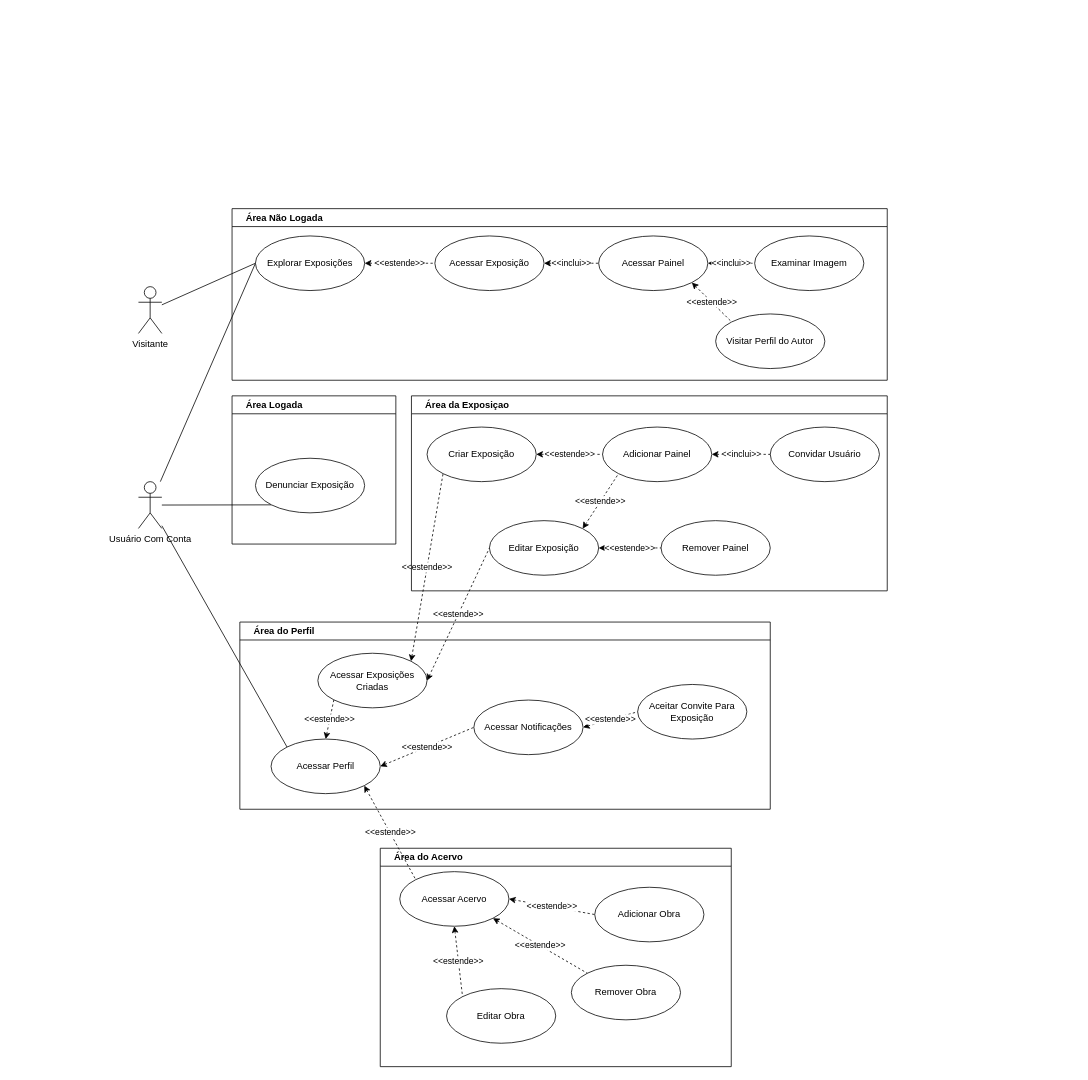
The draw.io diagram page "Casos de Uso" (5 of 5) of UnderExpo.drawio in GustavoDeOliveira/underexpo, before the edit. Source tidied: cells renumbered, new cells numbered last; positions are measured from the earlier drawing's top-left corner, leaving out a move shared by most shapes. Both pictures are drawn from the tidied source at 78%, with x=0, y=0 at pixel (138, 208).
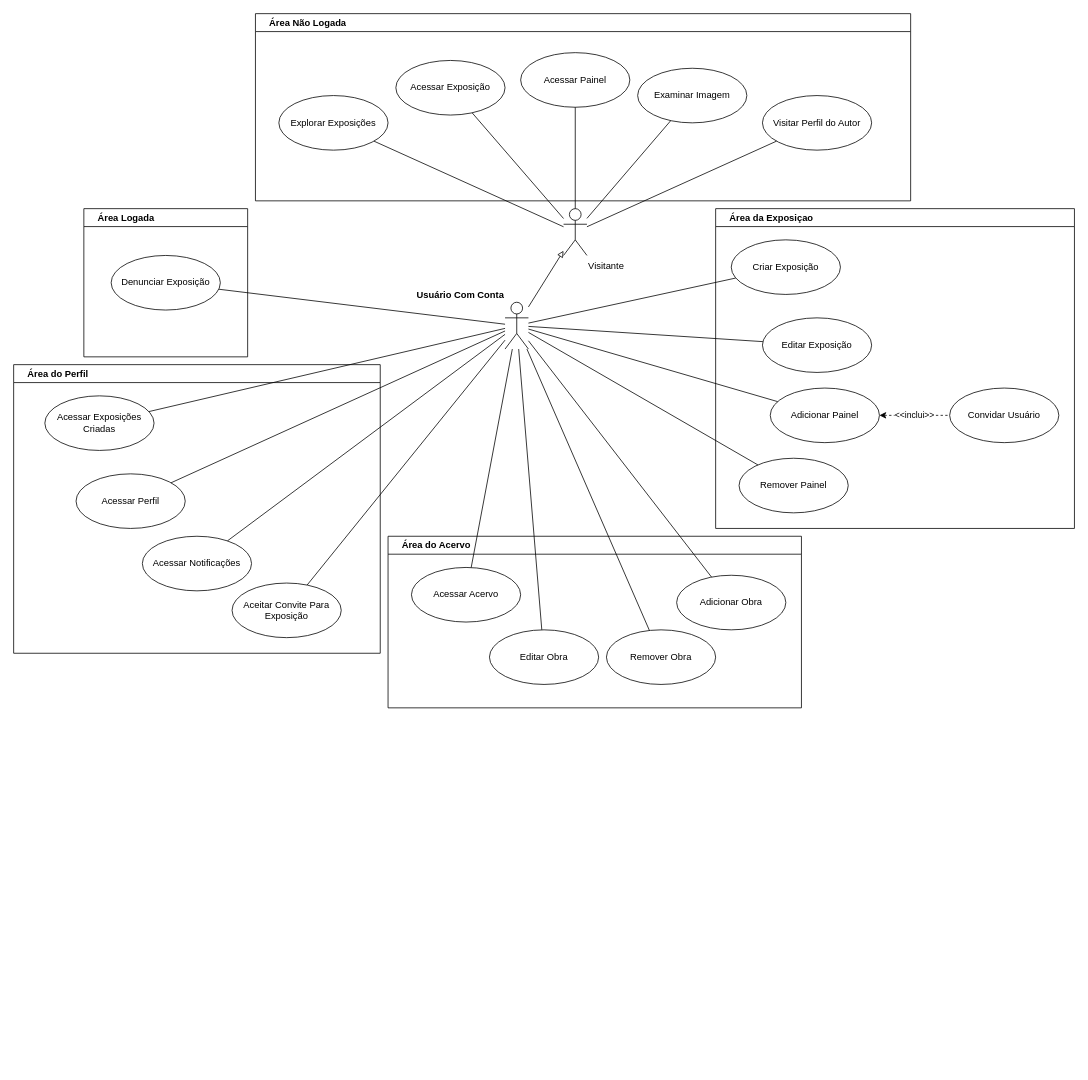
After the change.

The change refers to these unchanged cells:
```xml
<mxCell id="38" value="Criar Exposição" style="ellipse;whiteSpace=wrap;html=1;" parent="37" vertex="1">
  <mxGeometry x="20" y="40" width="140" height="70" as="geometry" />
</mxCell>
```

Change to the diagram source:
```diff
@@
     <mxCell id="2" value="Área do Acervo" style="swimlane;whiteSpace=wrap;html=1;align=left;spacingLeft=16;" parent="1" vertex="1">
-      <mxGeometry x="310" y="820" width="450" height="280" as="geometry" />
+      <mxGeometry x="320" y="420" width="530" height="220" as="geometry" />
     </mxCell>
     <mxCell id="3" value="Acessar Acervo" style="ellipse;whiteSpace=wrap;html=1;" parent="2" vertex="1">
-      <mxGeometry x="25" y="30" width="140" height="70" as="geometry" />
+      <mxGeometry x="30" y="40" width="140" height="70" as="geometry" />
     </mxCell>
     <mxCell id="4" value="Editar Obra" style="ellipse;whiteSpace=wrap;html=1;" parent="2" vertex="1">
-      <mxGeometry x="85" y="180" width="140" height="70" as="geometry" />
+      <mxGeometry x="130" y="120" width="140" height="70" as="geometry" />
     </mxCell>
     <mxCell id="5" value="Remover Obra" style="ellipse;whiteSpace=wrap;html=1;" parent="2" vertex="1">
-      <mxGeometry x="245" y="150" width="140" height="70" as="geometry" />
+      <mxGeometry x="280" y="120" width="140" height="70" as="geometry" />
     </mxCell>
     <mxCell id="6" value="Adicionar Obra" style="ellipse;whiteSpace=wrap;html=1;" parent="2" vertex="1">
-      <mxGeometry x="275" y="50" width="140" height="70" as="geometry" />
+      <mxGeometry x="370" y="50" width="140" height="70" as="geometry" />
     </mxCell>
-    <mxCell id="7" value="&amp;lt;&amp;lt;estende&amp;gt;&amp;gt;" style="rounded=0;jettySize=auto;html=1;entryX=0;entryY=0;entryDx=0;entryDy=0;dashed=1;strokeColor=default;startArrow=classic;startFill=1;endArrow=none;endFill=0;exitX=0.5;exitY=1;exitDx=0;exitDy=0;" parent="2" edge="1" source="3" target="4">
-      <mxGeometry relative="1" as="geometry" />
-    </mxCell>
-    <mxCell id="8" value="&amp;lt;&amp;lt;estende&amp;gt;&amp;gt;" style="rounded=0;jettySize=auto;html=1;entryX=0;entryY=0;entryDx=0;entryDy=0;dashed=1;strokeColor=default;startArrow=classic;startFill=1;endArrow=none;endFill=0;exitX=1;exitY=1;exitDx=0;exitDy=0;" parent="2" edge="1" source="3" target="5">
-      <mxGeometry relative="1" as="geometry" />
-    </mxCell>
-    <mxCell id="9" value="&amp;lt;&amp;lt;estende&amp;gt;&amp;gt;" style="rounded=0;jettySize=auto;html=1;entryX=0;entryY=0.5;entryDx=0;entryDy=0;dashed=1;strokeColor=default;startArrow=classic;startFill=1;endArrow=none;endFill=0;exitX=1;exitY=0.5;exitDx=0;exitDy=0;" parent="2" edge="1" source="3" target="6">
-      <mxGeometry relative="1" as="geometry" />
-    </mxCell>
     <mxCell id="10" value="Área do Perfil" style="swimlane;whiteSpace=wrap;html=1;align=left;spacingLeft=16;" parent="1" vertex="1">
-      <mxGeometry x="130" y="530" width="680" height="240" as="geometry" />
+      <mxGeometry x="-160" y="200" width="470" height="370" as="geometry" />
     </mxCell>
     <mxCell id="11" value="Acessar Exposições Criadas" style="ellipse;whiteSpace=wrap;html=1;" parent="10" vertex="1">
-      <mxGeometry x="100" y="40" width="140" height="70" as="geometry" />
+      <mxGeometry x="40" y="40" width="140" height="70" as="geometry" />
     </mxCell>
     <mxCell id="12" value="Acessar Perfil" style="ellipse;whiteSpace=wrap;html=1;" parent="10" vertex="1">
-      <mxGeometry x="40" y="150" width="140" height="70" as="geometry" />
+      <mxGeometry x="80" y="140" width="140" height="70" as="geometry" />
     </mxCell>
     <mxCell id="13" value="Acessar Notificações" style="ellipse;whiteSpace=wrap;html=1;" parent="10" vertex="1">
-      <mxGeometry x="300" y="100" width="140" height="70" as="geometry" />
+      <mxGeometry x="165" y="220" width="140" height="70" as="geometry" />
     </mxCell>
     <mxCell id="14" value="Aceitar Convite Para Exposição" style="ellipse;whiteSpace=wrap;html=1;" parent="10" vertex="1">
-      <mxGeometry x="510" y="80" width="140" height="70" as="geometry" />
+      <mxGeometry x="280" y="280" width="140" height="70" as="geometry" />
     </mxCell>
-    <mxCell id="15" value="&amp;lt;&amp;lt;estende&amp;gt;&amp;gt;" style="rounded=0;jettySize=auto;html=1;dashed=1;exitX=0.5;exitY=0;exitDx=0;exitDy=0;strokeColor=default;startArrow=classic;startFill=1;endArrow=none;endFill=0;entryX=0;entryY=1;entryDx=0;entryDy=0;" parent="10" edge="1" source="12" target="11">
-      <mxGeometry relative="1" as="geometry" />
-    </mxCell>
-    <mxCell id="16" value="&amp;lt;&amp;lt;estende&amp;gt;&amp;gt;" style="rounded=0;jettySize=auto;html=1;entryX=0;entryY=0.5;entryDx=0;entryDy=0;dashed=1;exitX=1;exitY=0.5;exitDx=0;exitDy=0;strokeColor=default;startArrow=classic;startFill=1;endArrow=none;endFill=0;" parent="10" edge="1" source="12" target="13">
-      <mxGeometry relative="1" as="geometry" />
-    </mxCell>
-    <mxCell id="17" value="&amp;lt;&amp;lt;estende&amp;gt;&amp;gt;" style="rounded=0;jettySize=auto;html=1;entryX=0;entryY=0.5;entryDx=0;entryDy=0;dashed=1;strokeColor=default;startArrow=classic;startFill=1;endArrow=none;endFill=0;exitX=1;exitY=0.5;exitDx=0;exitDy=0;" parent="10" edge="1" source="13" target="14">
-      <mxGeometry relative="1" as="geometry" />
-    </mxCell>
-    <mxCell id="18" style="rounded=0;jettySize=auto;html=1;entryX=0;entryY=0.5;entryDx=0;entryDy=0;endArrow=none;endFill=0;" parent="1" edge="1" source="19" target="28">
+    <mxCell id="18" style="rounded=0;jettySize=auto;html=1;endArrow=none;endFill=0;" parent="1" edge="1" source="19" target="28">
       <mxGeometry relative="1" as="geometry" />
     </mxCell>
-    <mxCell id="19" value="Visitante" style="shape=umlActor;verticalLabelPosition=bottom;verticalAlign=top;html=1;" parent="1" vertex="1">
-      <mxGeometry y="100" width="30" height="60" as="geometry" />
+    <mxCell id="19" value="Visitante" style="shape=umlActor;verticalLabelPosition=bottom;verticalAlign=top;html=1;labelPosition=right;align=left;" parent="1" vertex="1">
+      <mxGeometry x="545" width="30" height="60" as="geometry" />
     </mxCell>
-    <mxCell id="20" style="rounded=0;jettySize=auto;html=1;entryX=0;entryY=0.5;entryDx=0;entryDy=0;endArrow=none;endFill=0;" parent="1" edge="1" source="22" target="28">
-      <mxGeometry relative="1" as="geometry" />
-    </mxCell>
-    <mxCell id="21" style="rounded=0;jettySize=auto;html=1;entryX=0;entryY=1;entryDx=0;entryDy=0;endArrow=none;endFill=0;" parent="1" edge="1" source="22" target="23">
+    <mxCell id="21" style="rounded=0;jettySize=auto;html=1;endArrow=none;endFill=0;" parent="1" edge="1" source="22" target="23">
       <mxGeometry relative="1" as="geometry" />
     </mxCell>
+    <mxCell id="24" style="rounded=0;jettySize=auto;html=1;endArrow=none;endFill=0;" parent="1" edge="1" source="22" target="12">
+      <mxGeometry relative="1" as="geometry" />
+    </mxCell>
-    <mxCell id="22" value="Usuário Com Conta" style="shape=umlActor;verticalLabelPosition=bottom;verticalAlign=top;html=1;" parent="1" vertex="1">
-      <mxGeometry y="350" width="30" height="60" as="geometry" />
+    <mxCell id="22" value="Usuário Com Conta" style="shape=umlActor;verticalLabelPosition=top;verticalAlign=bottom;html=1;fontStyle=1;labelPosition=left;align=right;" parent="1" vertex="1">
+      <mxGeometry x="470" y="120" width="30" height="60" as="geometry" />
     </mxCell>
-    <mxCell id="23" value="Denunciar Exposição" style="ellipse;whiteSpace=wrap;html=1;" parent="1" vertex="1">
-      <mxGeometry x="150" y="320" width="140" height="70" as="geometry" />
-    </mxCell>
-    <mxCell id="24" style="rounded=0;jettySize=auto;html=1;entryX=0;entryY=0;entryDx=0;entryDy=0;endArrow=none;endFill=0;" parent="1" edge="1" source="22" target="12">
-      <mxGeometry relative="1" as="geometry" />
-    </mxCell>
-    <mxCell id="25" value="&amp;lt;&amp;lt;estende&amp;gt;&amp;gt;" style="rounded=0;jettySize=auto;html=1;entryX=0;entryY=0.5;entryDx=0;entryDy=0;dashed=1;exitX=1;exitY=0.5;exitDx=0;exitDy=0;strokeColor=default;startArrow=classic;startFill=1;endArrow=none;endFill=0;" parent="1" edge="1" source="11" target="39">
-      <mxGeometry relative="1" as="geometry" />
-    </mxCell>
-    <mxCell id="26" value="&amp;lt;&amp;lt;estende&amp;gt;&amp;gt;" style="rounded=0;jettySize=auto;html=1;entryX=0;entryY=1;entryDx=0;entryDy=0;dashed=1;exitX=1;exitY=0;exitDx=0;exitDy=0;strokeColor=default;startArrow=classic;startFill=1;endArrow=none;endFill=0;" parent="1" edge="1" source="11" target="38">
-      <mxGeometry relative="1" as="geometry" />
-    </mxCell>
     <mxCell id="27" value="Área Não Logada" style="swimlane;whiteSpace=wrap;html=1;align=left;spacingLeft=16;" parent="1" vertex="1">
-      <mxGeometry x="120" width="840" height="220" as="geometry" />
+      <mxGeometry x="150" y="-250" width="840" height="240" as="geometry" />
     </mxCell>
     <mxCell id="28" value="Explorar Exposições" style="ellipse;whiteSpace=wrap;html=1;" parent="27" vertex="1">
-      <mxGeometry x="30" y="35" width="140" height="70" as="geometry" />
+      <mxGeometry x="30" y="105" width="140" height="70" as="geometry" />
     </mxCell>
     <mxCell id="29" value="Acessar Exposição" style="ellipse;whiteSpace=wrap;html=1;" parent="27" vertex="1">
-      <mxGeometry x="260" y="35" width="140" height="70" as="geometry" />
+      <mxGeometry x="180" y="60" width="140" height="70" as="geometry" />
     </mxCell>
     <mxCell id="30" value="Acessar Painel" style="ellipse;whiteSpace=wrap;html=1;" parent="27" vertex="1">
-      <mxGeometry x="470" y="35" width="140" height="70" as="geometry" />
+      <mxGeometry x="340" y="50" width="140" height="70" as="geometry" />
     </mxCell>
     <mxCell id="31" value="Visitar Perfil do Autor" style="ellipse;whiteSpace=wrap;html=1;" parent="27" vertex="1">
-      <mxGeometry x="620" y="135" width="140" height="70" as="geometry" />
+      <mxGeometry x="650" y="105" width="140" height="70" as="geometry" />
     </mxCell>
     <mxCell id="32" value="Examinar Imagem" style="ellipse;whiteSpace=wrap;html=1;" parent="27" vertex="1">
-      <mxGeometry x="670" y="35" width="140" height="70" as="geometry" />
+      <mxGeometry x="490" y="70" width="140" height="70" as="geometry" />
     </mxCell>
-    <mxCell id="33" value="&amp;lt;&amp;lt;estende&amp;gt;&amp;gt;" style="rounded=0;jettySize=auto;html=1;entryX=0;entryY=0.5;entryDx=0;entryDy=0;dashed=1;exitX=1;exitY=0.5;exitDx=0;exitDy=0;strokeColor=default;startArrow=classic;startFill=1;endArrow=none;endFill=0;" parent="27" edge="1" source="28" target="29">
-      <mxGeometry relative="1" as="geometry" />
-    </mxCell>
-    <mxCell id="34" value="&amp;lt;&amp;lt;inclui&amp;gt;&amp;gt;" style="rounded=0;jettySize=auto;html=1;entryX=0;entryY=0.5;entryDx=0;entryDy=0;dashed=1;exitX=1;exitY=0.5;exitDx=0;exitDy=0;startArrow=classic;startFill=1;endArrow=none;endFill=0;" parent="27" edge="1" source="29" target="30">
-      <mxGeometry relative="1" as="geometry" />
-    </mxCell>
-    <mxCell id="35" value="&amp;lt;&amp;lt;estende&amp;gt;&amp;gt;" style="rounded=0;jettySize=auto;html=1;entryX=0;entryY=0;entryDx=0;entryDy=0;dashed=1;exitX=1;exitY=1;exitDx=0;exitDy=0;strokeColor=default;startArrow=classic;startFill=1;endArrow=none;endFill=0;" parent="27" edge="1" source="30" target="31">
-      <mxGeometry relative="1" as="geometry" />
-    </mxCell>
-    <mxCell id="36" value="&amp;lt;&amp;lt;inclui&amp;gt;&amp;gt;" style="rounded=0;jettySize=auto;html=1;entryX=0;entryY=0.5;entryDx=0;entryDy=0;dashed=1;exitX=1;exitY=0.5;exitDx=0;exitDy=0;endArrow=none;endFill=0;startArrow=classic;startFill=1;" parent="27" edge="1" source="30" target="32">
-      <mxGeometry relative="1" as="geometry" />
-    </mxCell>
+    <mxCell id="48" value="Área Logada" style="swimlane;whiteSpace=wrap;html=1;align=left;spacingLeft=16;" parent="1" vertex="1">
+      <mxGeometry x="-70" width="210" height="190" as="geometry" />
+    </mxCell>
+    <mxCell id="23" value="Denunciar Exposição" style="ellipse;whiteSpace=wrap;html=1;" parent="48" vertex="1">
+      <mxGeometry x="35" y="60" width="140" height="70" as="geometry" />
+    </mxCell>
+    <mxCell id="49" style="rounded=0;jettySize=auto;html=1;endArrow=block;endFill=0;" parent="1" edge="1" source="22" target="19">
+      <mxGeometry relative="1" as="geometry" />
+    </mxCell>
-    <mxCell id="37" value="Área da Exposiçao" style="swimlane;whiteSpace=wrap;html=1;align=left;spacingLeft=16;" parent="27" vertex="1">
-      <mxGeometry x="230" y="240" width="610" height="250" as="geometry" />
+    <mxCell id="37" value="Área da Exposiçao" style="swimlane;whiteSpace=wrap;html=1;align=left;spacingLeft=16;" parent="1" vertex="1">
+      <mxGeometry x="740" width="460" height="410" as="geometry" />
     </mxCell>
@@
     <mxCell id="39" value="Editar Exposição" style="ellipse;whiteSpace=wrap;html=1;" parent="37" vertex="1">
-      <mxGeometry x="100" y="160" width="140" height="70" as="geometry" />
+      <mxGeometry x="60" y="140" width="140" height="70" as="geometry" />
     </mxCell>
     <mxCell id="40" value="Remover Painel" style="ellipse;whiteSpace=wrap;html=1;" parent="37" vertex="1">
-      <mxGeometry x="320" y="160" width="140" height="70" as="geometry" />
+      <mxGeometry x="30" y="320" width="140" height="70" as="geometry" />
     </mxCell>
     <mxCell id="41" value="Adicionar Painel" style="ellipse;whiteSpace=wrap;html=1;" parent="37" vertex="1">
-      <mxGeometry x="245" y="40" width="140" height="70" as="geometry" />
+      <mxGeometry x="70" y="230" width="140" height="70" as="geometry" />
     </mxCell>
     <mxCell id="42" value="Convidar Usuário" style="ellipse;whiteSpace=wrap;html=1;" parent="37" vertex="1">
-      <mxGeometry x="460" y="40" width="140" height="70" as="geometry" />
+      <mxGeometry x="300" y="230" width="140" height="70" as="geometry" />
     </mxCell>
-    <mxCell id="43" value="&amp;lt;&amp;lt;estende&amp;gt;&amp;gt;" style="rounded=0;jettySize=auto;html=1;entryX=0;entryY=0.5;entryDx=0;entryDy=0;dashed=1;exitX=1;exitY=0.5;exitDx=0;exitDy=0;strokeColor=default;startArrow=classic;startFill=1;endArrow=none;endFill=0;" parent="37" edge="1" source="39" target="40">
-      <mxGeometry relative="1" as="geometry" />
-    </mxCell>
-    <mxCell id="44" value="&amp;lt;&amp;lt;estende&amp;gt;&amp;gt;" style="rounded=0;jettySize=auto;html=1;entryX=0;entryY=0.5;entryDx=0;entryDy=0;dashed=1;exitX=1;exitY=0.5;exitDx=0;exitDy=0;strokeColor=default;startArrow=classic;startFill=1;endArrow=none;endFill=0;" parent="37" edge="1" source="38" target="41">
-      <mxGeometry relative="1" as="geometry" />
-    </mxCell>
-    <mxCell id="45" value="&amp;lt;&amp;lt;estende&amp;gt;&amp;gt;" style="rounded=0;jettySize=auto;html=1;entryX=0;entryY=1;entryDx=0;entryDy=0;dashed=1;exitX=1;exitY=0;exitDx=0;exitDy=0;strokeColor=default;startArrow=classic;startFill=1;endArrow=none;endFill=0;" parent="37" edge="1" source="39" target="41">
-      <mxGeometry relative="1" as="geometry" />
-    </mxCell>
@@
-    <mxCell id="47" value="&amp;lt;&amp;lt;estende&amp;gt;&amp;gt;" style="rounded=0;jettySize=auto;html=1;entryX=0;entryY=0;entryDx=0;entryDy=0;dashed=1;exitX=1;exitY=1;exitDx=0;exitDy=0;strokeColor=default;startArrow=classic;startFill=1;endArrow=none;endFill=0;" parent="1" edge="1" source="12" target="3">
-      <mxGeometry relative="1" as="geometry" />
-    </mxCell>
-    <mxCell id="48" value="Área Logada" style="swimlane;whiteSpace=wrap;html=1;align=left;spacingLeft=16;" parent="1" vertex="1">
-      <mxGeometry x="120" y="240" width="210" height="190" as="geometry" />
-    </mxCell>
+    <mxCell id="50" style="rounded=0;jettySize=auto;html=1;endArrow=none;endFill=0;" parent="1" edge="1" source="19" target="29">
+      <mxGeometry relative="1" as="geometry" />
+    </mxCell>
+    <mxCell id="51" style="rounded=0;jettySize=auto;html=1;endArrow=none;endFill=0;" parent="1" edge="1" source="19" target="30">
+      <mxGeometry relative="1" as="geometry" />
+    </mxCell>
+    <mxCell id="52" style="rounded=0;jettySize=auto;html=1;endArrow=none;endFill=0;" parent="1" edge="1" source="19" target="32">
+      <mxGeometry relative="1" as="geometry" />
+    </mxCell>
+    <mxCell id="53" style="rounded=0;jettySize=auto;html=1;endArrow=none;endFill=0;" parent="1" edge="1" source="19" target="31">
+      <mxGeometry relative="1" as="geometry" />
+    </mxCell>
+    <mxCell id="54" style="rounded=0;jettySize=auto;html=1;endArrow=none;endFill=0;" parent="1" edge="1" source="22" target="11">
+      <mxGeometry relative="1" as="geometry" />
+    </mxCell>
+    <mxCell id="55" style="rounded=0;jettySize=auto;html=1;endArrow=none;endFill=0;" parent="1" edge="1" source="22" target="13">
+      <mxGeometry relative="1" as="geometry" />
+    </mxCell>
+    <mxCell id="56" style="rounded=0;jettySize=auto;html=1;endArrow=none;endFill=0;" parent="1" edge="1" source="22" target="14">
+      <mxGeometry relative="1" as="geometry" />
+    </mxCell>
+    <mxCell id="57" style="rounded=0;jettySize=auto;html=1;endArrow=none;endFill=0;" parent="1" edge="1" source="22" target="3">
+      <mxGeometry relative="1" as="geometry" />
+    </mxCell>
+    <mxCell id="58" style="rounded=0;jettySize=auto;html=1;endArrow=none;endFill=0;" parent="1" edge="1" source="22" target="4">
+      <mxGeometry relative="1" as="geometry" />
+    </mxCell>
+    <mxCell id="59" style="rounded=0;jettySize=auto;html=1;endArrow=none;endFill=0;" parent="1" edge="1" source="22" target="5">
+      <mxGeometry relative="1" as="geometry" />
+    </mxCell>
+    <mxCell id="60" style="rounded=0;jettySize=auto;html=1;endArrow=none;endFill=0;" parent="1" edge="1" source="22" target="6">
+      <mxGeometry relative="1" as="geometry" />
+    </mxCell>
+    <mxCell id="61" style="rounded=0;jettySize=auto;html=1;endArrow=none;endFill=0;" parent="1" edge="1" source="22" target="40">
+      <mxGeometry relative="1" as="geometry" />
+    </mxCell>
+    <mxCell id="62" style="rounded=0;jettySize=auto;html=1;endArrow=none;endFill=0;" parent="1" edge="1" source="22" target="38">
+      <mxGeometry relative="1" as="geometry" />
+    </mxCell>
+    <mxCell id="63" style="rounded=0;jettySize=auto;html=1;endArrow=none;endFill=0;" parent="1" edge="1" source="22" target="39">
+      <mxGeometry relative="1" as="geometry" />
+    </mxCell>
+    <mxCell id="64" style="rounded=0;jettySize=auto;html=1;endArrow=none;endFill=0;" parent="1" edge="1" source="22" target="41">
+      <mxGeometry relative="1" as="geometry" />
+    </mxCell>
```
